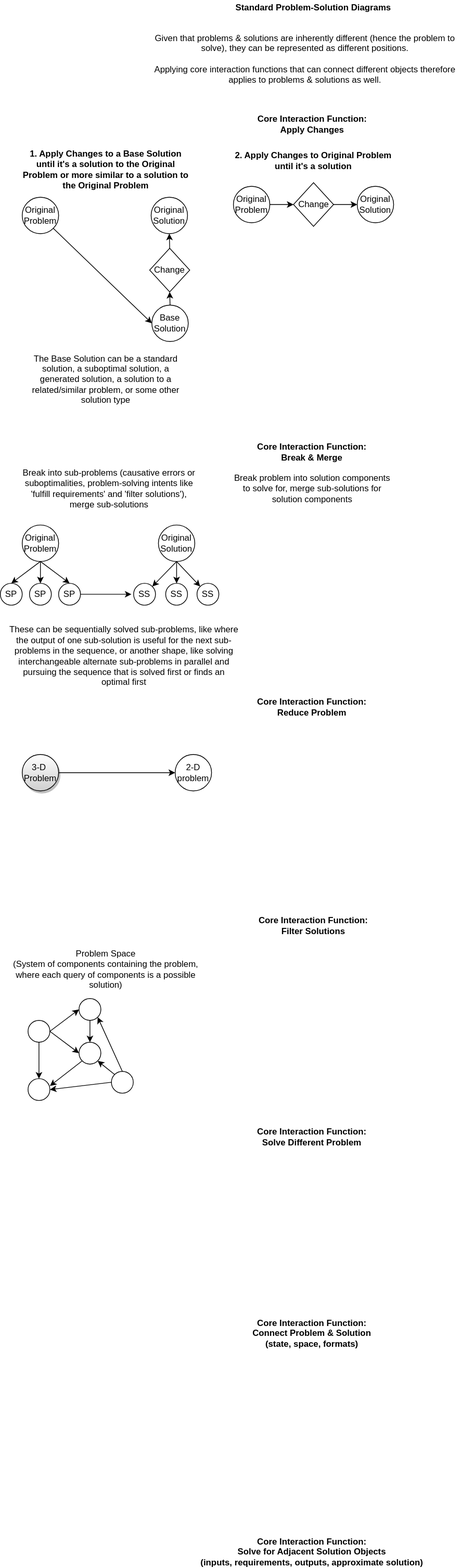
Before: docs/objects/problem_solution_diagrams.svg, a diagram exported from draw.io (outdreamer/build-a-cure). Source tidied: cells renumbered, new cells last; positions are measured from the earlier drawing's top-left corner, leaving out a move shared by most shapes. The source it was exported from:
```xml
<mxGraphModel>
  <root>
    <mxCell id="0" />
    <mxCell id="1" parent="0" />
    <mxCell id="2" value="Original&lt;br&gt;Problem" style="ellipse;whiteSpace=wrap;html=1;" parent="1" vertex="1">
      <mxGeometry x="30" y="270" width="50" height="50" as="geometry" />
    </mxCell>
    <mxCell id="3" value="Original&lt;br&gt;Solution" style="ellipse;whiteSpace=wrap;html=1;" parent="1" vertex="1">
      <mxGeometry x="207" y="270" width="50" height="50" as="geometry" />
    </mxCell>
    <mxCell id="4" style="edgeStyle=orthogonalEdgeStyle;rounded=0;jettySize=auto;html=1;exitX=0.5;exitY=0;exitDx=0;exitDy=0;entryX=0.5;entryY=1;entryDx=0;entryDy=0;" parent="1" edge="1" source="5" target="7">
      <mxGeometry relative="1" as="geometry" />
    </mxCell>
    <mxCell id="5" value="Base&lt;br&gt;Solution" style="ellipse;whiteSpace=wrap;html=1;" parent="1" vertex="1">
      <mxGeometry x="208" y="418" width="50" height="50" as="geometry" />
    </mxCell>
    <mxCell id="6" style="edgeStyle=orthogonalEdgeStyle;rounded=0;jettySize=auto;html=1;exitX=0.5;exitY=0;exitDx=0;exitDy=0;entryX=0.5;entryY=1;entryDx=0;entryDy=0;" parent="1" edge="1" source="7" target="3">
      <mxGeometry relative="1" as="geometry" />
    </mxCell>
    <mxCell id="7" value="Change" style="rhombus;whiteSpace=wrap;html=1;" parent="1" vertex="1">
      <mxGeometry x="205" y="340" width="55" height="60" as="geometry" />
    </mxCell>
    <mxCell id="8" style="endArrow=classic;html=1;exitX=1;exitY=1;exitDx=0;exitDy=0;entryX=0;entryY=0.5;entryDx=0;entryDy=0;" parent="1" edge="1" source="2" target="5">
      <mxGeometry relative="1" as="geometry" />
    </mxCell>
    <mxCell id="9" value="&lt;b&gt;Standard Problem-Solution Diagrams&lt;/b&gt;" style="text;html=1;strokeColor=none;fillColor=none;align=center;verticalAlign=middle;whiteSpace=wrap;rounded=0;" parent="1" vertex="1">
      <mxGeometry x="290" width="280" height="20" as="geometry" />
    </mxCell>
    <mxCell id="10" value="&lt;b&gt;1. Apply Changes to a Base Solution until it's a solution to the Original Problem or more similar to a solution to the Original Problem&lt;/b&gt;" style="text;html=1;strokeColor=none;fillColor=none;align=center;verticalAlign=middle;whiteSpace=wrap;rounded=0;" parent="1" vertex="1">
      <mxGeometry x="30" y="222" width="230" height="20" as="geometry" />
    </mxCell>
    <mxCell id="11" value="Original&lt;br&gt;Problem" style="ellipse;whiteSpace=wrap;html=1;" parent="1" vertex="1">
      <mxGeometry x="320" y="255" width="50" height="50" as="geometry" />
    </mxCell>
    <mxCell id="12" value="Original&lt;br&gt;Solution" style="ellipse;whiteSpace=wrap;html=1;" parent="1" vertex="1">
      <mxGeometry x="490" y="255" width="50" height="50" as="geometry" />
    </mxCell>
    <mxCell id="13" value="Change" style="rhombus;whiteSpace=wrap;html=1;" parent="1" vertex="1">
      <mxGeometry x="402.5" y="250" width="55" height="60" as="geometry" />
    </mxCell>
    <mxCell id="14" style="endArrow=classic;html=1;exitX=1;exitY=0.5;exitDx=0;exitDy=0;entryX=0;entryY=0.5;entryDx=0;entryDy=0;" parent="1" edge="1" source="11" target="13">
      <mxGeometry relative="1" as="geometry" />
    </mxCell>
    <mxCell id="15" value="&lt;b&gt;2. Apply Changes to Original Problem until it's a solution&lt;/b&gt;" style="text;html=1;strokeColor=none;fillColor=none;align=center;verticalAlign=middle;whiteSpace=wrap;rounded=0;" parent="1" vertex="1">
      <mxGeometry x="310" y="210" width="240" height="20" as="geometry" />
    </mxCell>
    <mxCell id="16" style="endArrow=classic;html=1;entryX=0;entryY=0.5;entryDx=0;entryDy=0;exitX=1;exitY=0.5;exitDx=0;exitDy=0;" parent="1" edge="1" source="13" target="12">
      <mxGeometry relative="1" as="geometry" />
    </mxCell>
    <mxCell id="17" value="The Base Solution can be a standard solution, a suboptimal solution, a generated solution, a solution to a related/similar problem, or some other solution type" style="text;html=1;strokeColor=none;fillColor=none;align=center;verticalAlign=middle;whiteSpace=wrap;rounded=0;" parent="1" vertex="1">
      <mxGeometry x="30" y="510" width="230" height="20" as="geometry" />
    </mxCell>
    <mxCell id="18" value="Core Interaction Function: &lt;br&gt;Apply Changes" style="text;html=1;strokeColor=none;fillColor=none;align=center;verticalAlign=middle;whiteSpace=wrap;rounded=0;fontStyle=1;" parent="1" vertex="1">
      <mxGeometry x="320" y="160" width="216.5" height="20" as="geometry" />
    </mxCell>
    <mxCell id="19" value="Core Interaction Function:&lt;br&gt;Break &amp;amp; Merge" style="text;html=1;strokeColor=none;fillColor=none;align=center;verticalAlign=middle;whiteSpace=wrap;rounded=0;fontStyle=1;" parent="1" vertex="1">
      <mxGeometry x="343.2" y="610" width="170" height="20" as="geometry" />
    </mxCell>
    <mxCell id="20" value="Core Interaction Function:&lt;br&gt;Filter Solutions" style="text;html=1;strokeColor=none;fillColor=none;align=center;verticalAlign=middle;whiteSpace=wrap;rounded=0;fontStyle=1;" parent="1" vertex="1">
      <mxGeometry x="345" y="1260" width="170" height="20" as="geometry" />
    </mxCell>
    <mxCell id="21" value="Core Interaction Function:&lt;br&gt;Reduce Problem" style="text;html=1;strokeColor=none;fillColor=none;align=center;verticalAlign=middle;whiteSpace=wrap;rounded=0;fontStyle=1;" parent="1" vertex="1">
      <mxGeometry x="343.1" y="960" width="170" height="20" as="geometry" />
    </mxCell>
    <mxCell id="22" value="Core Interaction Function:&lt;br&gt;Solve Different Problem" style="text;html=1;strokeColor=none;fillColor=none;align=center;verticalAlign=middle;whiteSpace=wrap;rounded=0;fontStyle=1;" parent="1" vertex="1">
      <mxGeometry x="343.1" y="1550" width="170" height="20" as="geometry" />
    </mxCell>
    <mxCell id="23" value="Core Interaction Function:&lt;br&gt;Solve for Adjacent Solution Objects &lt;br&gt;(inputs, requirements, outputs, approximate solution)" style="text;html=1;strokeColor=none;fillColor=none;align=center;verticalAlign=middle;whiteSpace=wrap;rounded=0;fontStyle=1;" parent="1" vertex="1">
      <mxGeometry x="263.2" y="2120" width="330" height="20" as="geometry" />
    </mxCell>
    <mxCell id="24" value="Break into sub-problems (causative errors or suboptimalities, problem-solving intents like 'fulfill requirements' and 'filter solutions'), merge sub-solutions" style="text;html=1;strokeColor=none;fillColor=none;align=center;verticalAlign=middle;whiteSpace=wrap;rounded=0;" parent="1" vertex="1">
      <mxGeometry x="29" y="660" width="241" height="20" as="geometry" />
    </mxCell>
    <mxCell id="25" value="Break problem into solution components to solve for, merge sub-solutions for solution components" style="text;html=1;strokeColor=none;fillColor=none;align=center;verticalAlign=middle;whiteSpace=wrap;rounded=0;" parent="1" vertex="1">
      <mxGeometry x="319.8" y="660" width="216.8" height="20" as="geometry" />
    </mxCell>
    <mxCell id="26" value="Core Interaction Function:&lt;br&gt;Connect Problem &amp;amp; Solution (state, space, formats)" style="text;html=1;strokeColor=none;fillColor=none;align=center;verticalAlign=middle;whiteSpace=wrap;rounded=0;fontStyle=1;" parent="1" vertex="1">
      <mxGeometry x="343.1" y="1820" width="170" height="20" as="geometry" />
    </mxCell>
    <mxCell id="27" value="Given that problems &amp;amp; solutions are inherently different (hence the problem to solve), they can be represented as different positions.&lt;br&gt;&lt;br&gt;Applying core interaction functions that can connect different objects therefore applies to problems &amp;amp; solutions as well." style="text;html=1;strokeColor=none;fillColor=none;align=center;verticalAlign=middle;whiteSpace=wrap;rounded=0;fontStyle=0;" parent="1" vertex="1">
      <mxGeometry x="205" y="70" width="426.5" height="20" as="geometry" />
    </mxCell>
    <mxCell id="28" value="SP" style="ellipse;whiteSpace=wrap;html=1;" parent="1" vertex="1">
      <mxGeometry y="800" width="30" height="30" as="geometry" />
    </mxCell>
    <mxCell id="29" value="SP" style="ellipse;whiteSpace=wrap;html=1;" parent="1" vertex="1">
      <mxGeometry x="40" y="800" width="30" height="30" as="geometry" />
    </mxCell>
    <mxCell id="30" value="SP" style="ellipse;whiteSpace=wrap;html=1;" parent="1" vertex="1">
      <mxGeometry x="80" y="800" width="30" height="30" as="geometry" />
    </mxCell>
    <mxCell id="31" value="Original Problem" style="ellipse;whiteSpace=wrap;html=1;" parent="1" vertex="1">
      <mxGeometry x="30" y="720" width="50" height="50" as="geometry" />
    </mxCell>
    <mxCell id="32" value="Original Solution" style="ellipse;whiteSpace=wrap;html=1;" parent="1" vertex="1">
      <mxGeometry x="217" y="720" width="50" height="50" as="geometry" />
    </mxCell>
    <mxCell id="33" value="SS" style="ellipse;whiteSpace=wrap;html=1;" parent="1" vertex="1">
      <mxGeometry x="183" y="800" width="30" height="30" as="geometry" />
    </mxCell>
    <mxCell id="34" value="SS" style="ellipse;whiteSpace=wrap;html=1;" parent="1" vertex="1">
      <mxGeometry x="227" y="800" width="30" height="30" as="geometry" />
    </mxCell>
    <mxCell id="35" value="SS" style="ellipse;whiteSpace=wrap;html=1;" parent="1" vertex="1">
      <mxGeometry x="270" y="800" width="30" height="30" as="geometry" />
    </mxCell>
    <mxCell id="36" style="endArrow=classic;html=1;exitX=0.5;exitY=1;exitDx=0;exitDy=0;entryX=0.5;entryY=0;entryDx=0;entryDy=0;" parent="1" edge="1" source="31" target="28">
      <mxGeometry relative="1" as="geometry" />
    </mxCell>
    <mxCell id="37" style="endArrow=classic;html=1;exitX=0.5;exitY=1;exitDx=0;exitDy=0;entryX=0.5;entryY=0;entryDx=0;entryDy=0;" parent="1" edge="1" source="31" target="30">
      <mxGeometry relative="1" as="geometry" />
    </mxCell>
    <mxCell id="38" style="endArrow=classic;html=1;exitX=0.5;exitY=1;exitDx=0;exitDy=0;entryX=0.5;entryY=0;entryDx=0;entryDy=0;" parent="1" edge="1" source="31" target="29">
      <mxGeometry relative="1" as="geometry" />
    </mxCell>
    <mxCell id="39" style="endArrow=classic;html=1;exitX=0.5;exitY=1;exitDx=0;exitDy=0;entryX=1;entryY=0;entryDx=0;entryDy=0;" parent="1" edge="1" source="32" target="33">
      <mxGeometry relative="1" as="geometry" />
    </mxCell>
    <mxCell id="40" style="endArrow=classic;html=1;exitX=0.5;exitY=1;exitDx=0;exitDy=0;" parent="1" edge="1" source="32">
      <mxGeometry relative="1" as="geometry">
        <mxPoint x="242" y="800" as="targetPoint" />
      </mxGeometry>
    </mxCell>
    <mxCell id="41" style="endArrow=classic;html=1;exitX=0.5;exitY=1;exitDx=0;exitDy=0;entryX=0;entryY=0;entryDx=0;entryDy=0;" parent="1" edge="1" source="32" target="35">
      <mxGeometry relative="1" as="geometry" />
    </mxCell>
    <mxCell id="42" style="endArrow=classic;html=1;exitX=1;exitY=0.5;exitDx=0;exitDy=0;" parent="1" edge="1" source="30">
      <mxGeometry relative="1" as="geometry">
        <mxPoint x="180" y="815" as="targetPoint" />
      </mxGeometry>
    </mxCell>
    <mxCell id="43" value="These can be sequentially solved sub-problems, like where the output of one sub-solution is useful for the next sub-problems in the sequence, or another shape, like solving interchangeable alternate sub-problems in parallel and pursuing the sequence that is solved first or finds an optimal first" style="text;html=1;strokeColor=none;fillColor=none;align=center;verticalAlign=middle;whiteSpace=wrap;rounded=0;" parent="1" vertex="1">
      <mxGeometry x="10" y="890" width="320" height="20" as="geometry" />
    </mxCell>
    <mxCell id="44" value="3-D&amp;nbsp;&lt;br&gt;Problem" style="ellipse;whiteSpace=wrap;html=1;gradientColor=#CFCFCF;shadow=1;" parent="1" vertex="1">
      <mxGeometry x="30" y="1035" width="50" height="50" as="geometry" />
    </mxCell>
    <mxCell id="45" value="2-D problem" style="ellipse;whiteSpace=wrap;html=1;shadow=0;" parent="1" vertex="1">
      <mxGeometry x="240" y="1035" width="50" height="50" as="geometry" />
    </mxCell>
    <mxCell id="46" style="endArrow=classic;html=1;exitX=1;exitY=0.5;exitDx=0;exitDy=0;entryX=0;entryY=0.5;entryDx=0;entryDy=0;" parent="1" edge="1" source="44" target="45">
      <mxGeometry relative="1" as="geometry" />
    </mxCell>
    <mxCell id="47" style="ellipse;whiteSpace=wrap;html=1;shadow=0;" parent="1" vertex="1">
      <mxGeometry x="38" y="1400" width="30" height="30" as="geometry" />
    </mxCell>
    <mxCell id="48" style="ellipse;whiteSpace=wrap;html=1;shadow=0;" parent="1" vertex="1">
      <mxGeometry x="108" y="1370" width="30" height="30" as="geometry" />
    </mxCell>
    <mxCell id="49" style="ellipse;whiteSpace=wrap;html=1;shadow=0;" parent="1" vertex="1">
      <mxGeometry x="108" y="1430" width="30" height="30" as="geometry" />
    </mxCell>
    <mxCell id="50" style="ellipse;whiteSpace=wrap;html=1;shadow=0;" parent="1" vertex="1">
      <mxGeometry x="152.5" y="1470" width="30" height="30" as="geometry" />
    </mxCell>
    <mxCell id="51" style="ellipse;whiteSpace=wrap;html=1;shadow=0;" parent="1" vertex="1">
      <mxGeometry x="38" y="1480" width="30" height="30" as="geometry" />
    </mxCell>
    <mxCell id="52" style="endArrow=classic;html=1;exitX=1;exitY=0.5;exitDx=0;exitDy=0;entryX=0;entryY=0.5;entryDx=0;entryDy=0;" parent="1" edge="1" source="47" target="48">
      <mxGeometry relative="1" as="geometry" />
    </mxCell>
    <mxCell id="53" style="endArrow=classic;html=1;entryX=0;entryY=0.5;entryDx=0;entryDy=0;exitX=1;exitY=0.5;exitDx=0;exitDy=0;" parent="1" edge="1" source="47" target="49">
      <mxGeometry relative="1" as="geometry" />
    </mxCell>
    <mxCell id="54" style="endArrow=classic;html=1;exitX=0.5;exitY=1;exitDx=0;exitDy=0;entryX=0.5;entryY=0;entryDx=0;entryDy=0;" parent="1" edge="1" source="48" target="49">
      <mxGeometry relative="1" as="geometry" />
    </mxCell>
    <mxCell id="55" style="endArrow=classic;html=1;exitX=0;exitY=0;exitDx=0;exitDy=0;entryX=1;entryY=1;entryDx=0;entryDy=0;" parent="1" edge="1" source="50" target="49">
      <mxGeometry relative="1" as="geometry" />
    </mxCell>
    <mxCell id="56" style="endArrow=classic;html=1;entryX=0.5;entryY=0;entryDx=0;entryDy=0;exitX=0.5;exitY=1;exitDx=0;exitDy=0;" parent="1" edge="1" source="47" target="51">
      <mxGeometry relative="1" as="geometry" />
    </mxCell>
    <mxCell id="57" style="endArrow=classic;html=1;exitX=0;exitY=1;exitDx=0;exitDy=0;" parent="1" edge="1" source="49">
      <mxGeometry relative="1" as="geometry">
        <mxPoint x="68" y="1490" as="targetPoint" />
      </mxGeometry>
    </mxCell>
    <mxCell id="58" style="endArrow=classic;html=1;exitX=0;exitY=0.5;exitDx=0;exitDy=0;entryX=1;entryY=0.5;entryDx=0;entryDy=0;" parent="1" edge="1" source="50" target="51">
      <mxGeometry relative="1" as="geometry" />
    </mxCell>
    <mxCell id="59" style="endArrow=classic;html=1;exitX=0.5;exitY=0;exitDx=0;exitDy=0;entryX=1;entryY=1;entryDx=0;entryDy=0;" parent="1" edge="1" source="50" target="48">
      <mxGeometry relative="1" as="geometry" />
    </mxCell>
    <mxCell id="60" value="Problem Space &lt;br&gt;(System of components containing the problem, where each query of components is a possible solution)" style="text;html=1;strokeColor=none;fillColor=none;align=center;verticalAlign=middle;whiteSpace=wrap;rounded=0;shadow=0;" parent="1" vertex="1">
      <mxGeometry x="15" y="1320" width="260" height="20" as="geometry" />
    </mxCell>
  </root>
</mxGraphModel>
```
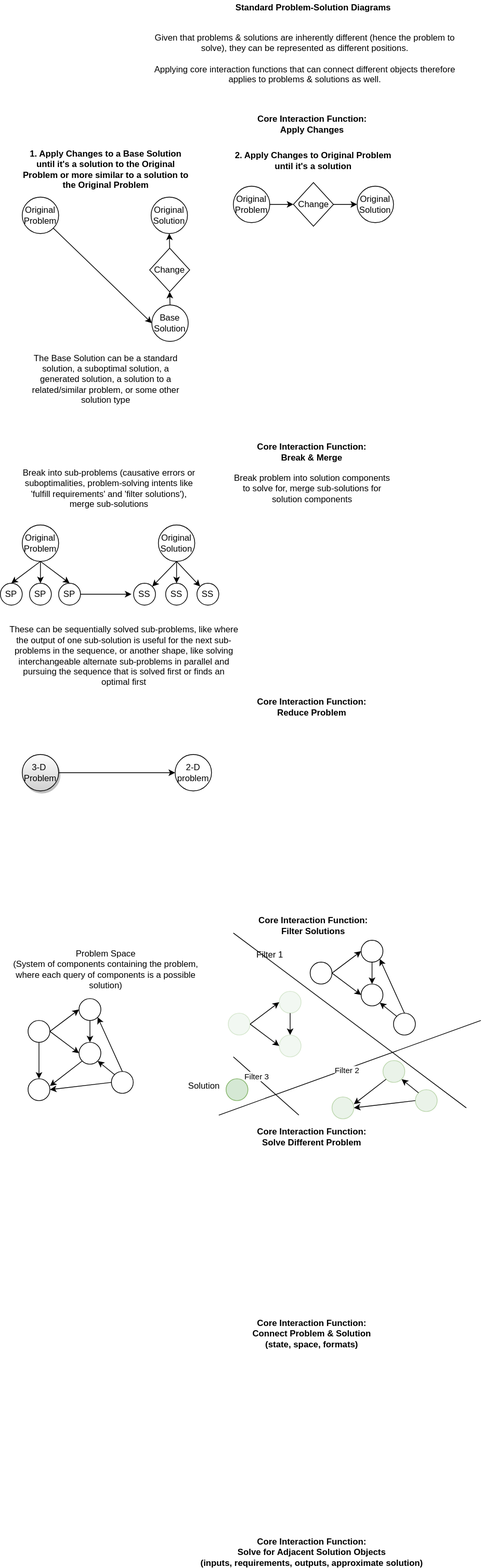
The same diagram one commit later.

Change to the diagram source:
```diff
@@ -185,5 +185,105 @@
     <mxCell id="60" value="Problem Space &lt;br&gt;(System of components containing the problem, where each query of components is a possible solution)" style="text;html=1;strokeColor=none;fillColor=none;align=center;verticalAlign=middle;whiteSpace=wrap;rounded=0;shadow=0;" parent="1" vertex="1">
       <mxGeometry x="15" y="1320" width="260" height="20" as="geometry" />
     </mxCell>
+    <mxCell id="61" style="ellipse;whiteSpace=wrap;html=1;shadow=0;fillColor=#d5e8d4;strokeColor=#82b366;opacity=30;" parent="1" vertex="1">
+      <mxGeometry x="313" y="1390" width="30" height="30" as="geometry" />
+    </mxCell>
+    <mxCell id="62" style="ellipse;whiteSpace=wrap;html=1;shadow=0;fillColor=#d5e8d4;strokeColor=#82b366;opacity=30;" parent="1" vertex="1">
+      <mxGeometry x="383" y="1360" width="30" height="30" as="geometry" />
+    </mxCell>
+    <mxCell id="63" style="ellipse;whiteSpace=wrap;html=1;shadow=0;fillColor=#d5e8d4;strokeColor=#82b366;opacity=30;" parent="1" vertex="1">
+      <mxGeometry x="383" y="1420" width="30" height="30" as="geometry" />
+    </mxCell>
+    <mxCell id="64" style="endArrow=classic;html=1;exitX=1;exitY=0.5;exitDx=0;exitDy=0;entryX=0;entryY=0.5;entryDx=0;entryDy=0;" parent="1" edge="1" source="61" target="62">
+      <mxGeometry relative="1" as="geometry" />
+    </mxCell>
+    <mxCell id="65" style="endArrow=classic;html=1;entryX=0;entryY=0.5;entryDx=0;entryDy=0;exitX=1;exitY=0.5;exitDx=0;exitDy=0;" parent="1" edge="1" source="61" target="63">
+      <mxGeometry relative="1" as="geometry" />
+    </mxCell>
+    <mxCell id="66" style="endArrow=classic;html=1;exitX=0.5;exitY=1;exitDx=0;exitDy=0;entryX=0.5;entryY=0;entryDx=0;entryDy=0;" parent="1" edge="1" source="62" target="63">
+      <mxGeometry relative="1" as="geometry" />
+    </mxCell>
+    <mxCell id="67" style="ellipse;whiteSpace=wrap;html=1;shadow=0;" parent="1" vertex="1">
+      <mxGeometry x="425.5" y="1320" width="30" height="30" as="geometry" />
+    </mxCell>
+    <mxCell id="68" style="ellipse;whiteSpace=wrap;html=1;shadow=0;" parent="1" vertex="1">
+      <mxGeometry x="495.5" y="1290" width="30" height="30" as="geometry" />
+    </mxCell>
+    <mxCell id="69" style="ellipse;whiteSpace=wrap;html=1;shadow=0;" parent="1" vertex="1">
+      <mxGeometry x="495.5" y="1350" width="30" height="30" as="geometry" />
+    </mxCell>
+    <mxCell id="70" style="ellipse;whiteSpace=wrap;html=1;shadow=0;" parent="1" vertex="1">
+      <mxGeometry x="540" y="1390" width="30" height="30" as="geometry" />
+    </mxCell>
+    <mxCell id="71" style="endArrow=classic;html=1;exitX=1;exitY=0.5;exitDx=0;exitDy=0;entryX=0;entryY=0.5;entryDx=0;entryDy=0;" parent="1" edge="1" source="67" target="68">
+      <mxGeometry relative="1" as="geometry" />
+    </mxCell>
+    <mxCell id="72" style="endArrow=classic;html=1;entryX=0;entryY=0.5;entryDx=0;entryDy=0;exitX=1;exitY=0.5;exitDx=0;exitDy=0;" parent="1" edge="1" source="67" target="69">
+      <mxGeometry relative="1" as="geometry" />
+    </mxCell>
+    <mxCell id="73" style="endArrow=classic;html=1;exitX=0.5;exitY=1;exitDx=0;exitDy=0;entryX=0.5;entryY=0;entryDx=0;entryDy=0;" parent="1" edge="1" source="68" target="69">
+      <mxGeometry relative="1" as="geometry" />
+    </mxCell>
+    <mxCell id="74" style="endArrow=classic;html=1;exitX=0;exitY=0;exitDx=0;exitDy=0;entryX=1;entryY=1;entryDx=0;entryDy=0;" parent="1" edge="1" source="70" target="69">
+      <mxGeometry relative="1" as="geometry" />
+    </mxCell>
+    <mxCell id="75" style="endArrow=classic;html=1;exitX=0.5;exitY=0;exitDx=0;exitDy=0;entryX=1;entryY=1;entryDx=0;entryDy=0;" parent="1" edge="1" source="70" target="68">
+      <mxGeometry relative="1" as="geometry" />
+    </mxCell>
+    <mxCell id="76" style="ellipse;whiteSpace=wrap;html=1;shadow=0;fillColor=#d5e8d4;strokeColor=#82b366;opacity=50;" parent="1" vertex="1">
+      <mxGeometry x="525.5" y="1455" width="30" height="30" as="geometry" />
+    </mxCell>
+    <mxCell id="77" style="ellipse;whiteSpace=wrap;html=1;shadow=0;opacity=50;fillColor=#d5e8d4;strokeColor=#82b366;" parent="1" vertex="1">
+      <mxGeometry x="570" y="1495" width="30" height="30" as="geometry" />
+    </mxCell>
+    <mxCell id="78" style="ellipse;whiteSpace=wrap;html=1;shadow=0;opacity=50;fillColor=#d5e8d4;strokeColor=#82b366;" parent="1" vertex="1">
+      <mxGeometry x="455.5" y="1505" width="30" height="30" as="geometry" />
+    </mxCell>
+    <mxCell id="79" style="endArrow=classic;html=1;exitX=0;exitY=0;exitDx=0;exitDy=0;entryX=1;entryY=1;entryDx=0;entryDy=0;" parent="1" edge="1" source="77" target="76">
+      <mxGeometry relative="1" as="geometry" />
+    </mxCell>
+    <mxCell id="80" style="endArrow=classic;html=1;exitX=0;exitY=1;exitDx=0;exitDy=0;" parent="1" edge="1" source="76">
+      <mxGeometry relative="1" as="geometry">
+        <mxPoint x="485.5" y="1515" as="targetPoint" />
+      </mxGeometry>
+    </mxCell>
+    <mxCell id="81" style="endArrow=classic;html=1;exitX=0;exitY=0.5;exitDx=0;exitDy=0;entryX=1;entryY=0.5;entryDx=0;entryDy=0;" parent="1" edge="1" source="77" target="78">
+      <mxGeometry relative="1" as="geometry" />
+    </mxCell>
+    <mxCell id="82" style="ellipse;whiteSpace=wrap;html=1;shadow=0;fillColor=#d5e8d4;strokeColor=#82b366;" parent="1" vertex="1">
+      <mxGeometry x="310" y="1480" width="30" height="30" as="geometry" />
+    </mxCell>
+    <mxCell id="83" style="endArrow=none;html=1;rounded=0;" parent="1" edge="1">
+      <mxGeometry relative="1" as="geometry">
+        <mxPoint x="640" y="1520" as="sourcePoint" />
+        <mxPoint x="320" y="1280" as="targetPoint" />
+      </mxGeometry>
+    </mxCell>
+    <mxCell id="84" style="endArrow=none;html=1;rounded=0;startArrow=none;" parent="1" edge="1">
+      <mxGeometry relative="1" as="geometry">
+        <mxPoint x="660" y="1400" as="sourcePoint" />
+        <mxPoint x="300" y="1530" as="targetPoint" />
+      </mxGeometry>
+    </mxCell>
+    <mxCell id="85" value="Filter 2" style="edgeLabel;html=1;align=center;verticalAlign=middle;" parent="84" vertex="1">
+      <mxGeometry x="0.03" y="2" relative="1" as="geometry" />
+    </mxCell>
+    <mxCell id="86" style="endArrow=none;html=1;rounded=0;startArrow=none;" parent="1" edge="1">
+      <mxGeometry relative="1" as="geometry">
+        <mxPoint x="410" y="1530" as="sourcePoint" />
+        <mxPoint x="320" y="1450" as="targetPoint" />
+      </mxGeometry>
+    </mxCell>
+    <mxCell id="87" value="Filter 3" style="edgeLabel;html=1;align=center;verticalAlign=middle;" parent="86" vertex="1">
+      <mxGeometry x="0.32" y="-2" relative="1" as="geometry">
+        <mxPoint x="-1" as="offset" />
+      </mxGeometry>
+    </mxCell>
+    <mxCell id="88" value="Solution" style="text;html=1;strokeColor=none;fillColor=none;align=center;verticalAlign=middle;whiteSpace=wrap;rounded=0;" parent="1" vertex="1">
+      <mxGeometry x="250" y="1475" width="60" height="30" as="geometry" />
+    </mxCell>
+    <mxCell id="89" value="Filter 1" style="text;html=1;align=center;verticalAlign=middle;strokeColor=none;fillColor=none;" parent="1" vertex="1">
+      <mxGeometry x="345" y="1300" width="50" height="20" as="geometry" />
+    </mxCell>
   </root>
 </mxGraphModel>
```
